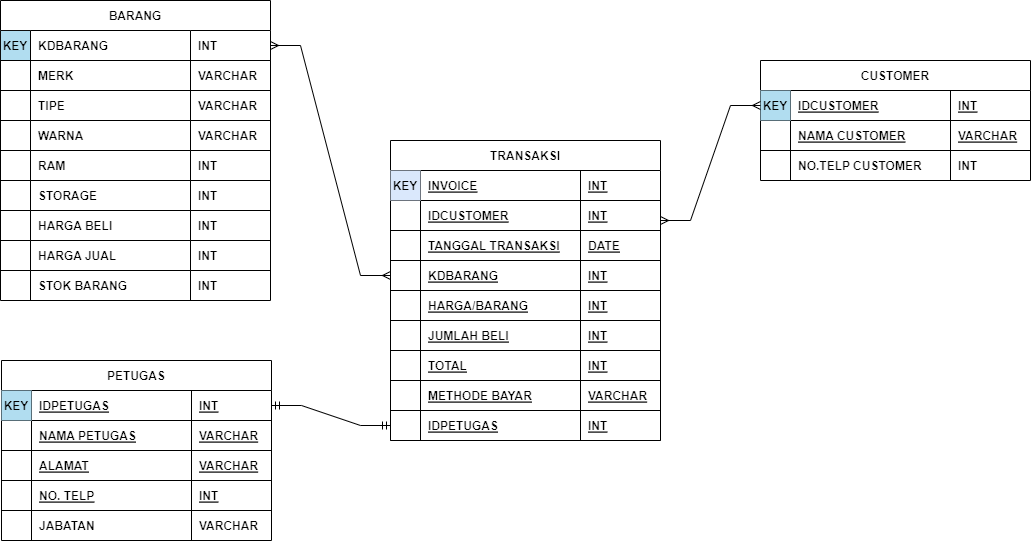
The draw.io diagram database.drawio.png in MountZ1/PR_PenjualanHandPhone_ArdiSaputraTIP-21.2, before a commit. Source tidied: cells renumbered, new cells last; positions are measured from the earlier drawing's top-left corner, leaving out a move shared by most shapes.
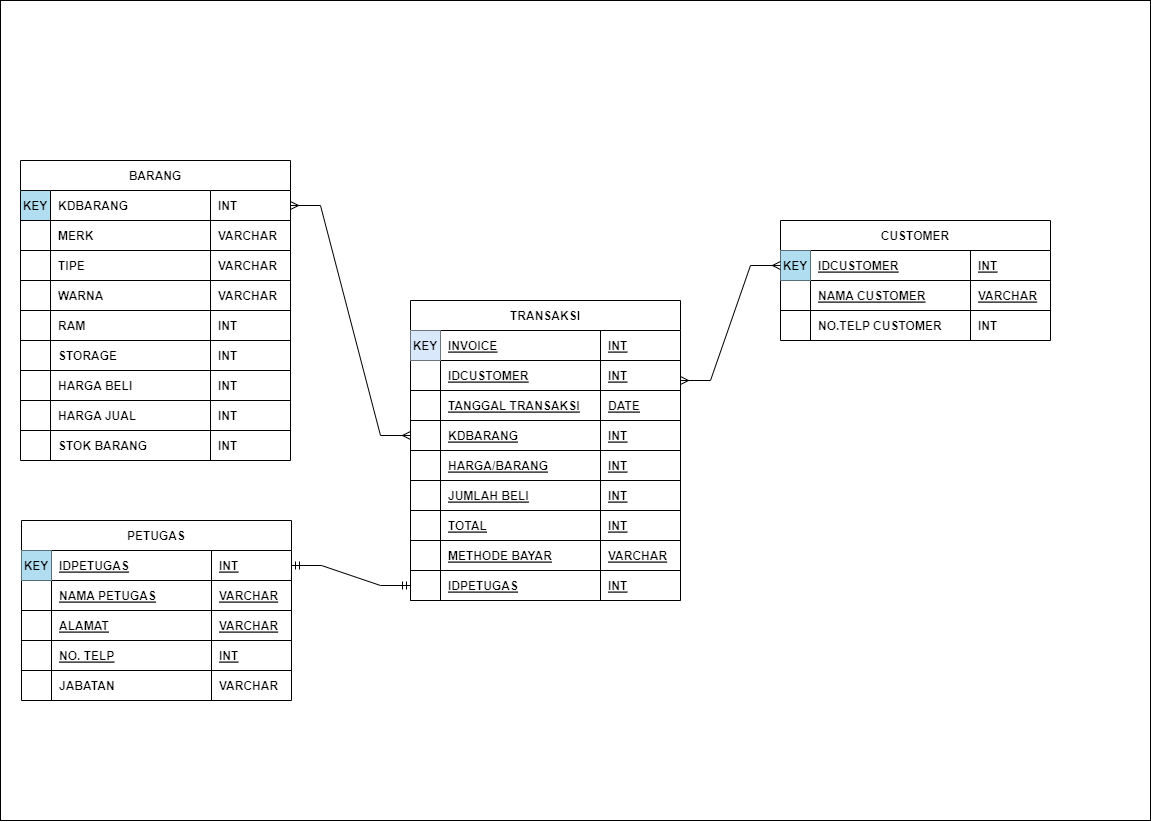
Above is the later version.

Diff of the diagram source:
```diff
@@ -1,7 +1,10 @@
-<mxGraphModel>
+<mxGraphModel background="#FFFFFF">
   <root>
     <mxCell id="0" />
     <mxCell id="1" parent="0" />
+    <mxCell id="113" style="rounded=0;whiteSpace=wrap;html=1;" parent="1" vertex="1">
+      <mxGeometry x="-20" y="-160" width="1150" height="820" as="geometry" />
+    </mxCell>
     <mxCell id="2" value="PETUGAS" style="shape=table;startSize=30;rowLines=0;align=center;fontStyle=1;" parent="1" vertex="1">
       <mxGeometry x="1" y="360" width="270" height="180" as="geometry" />
     </mxCell>
```
